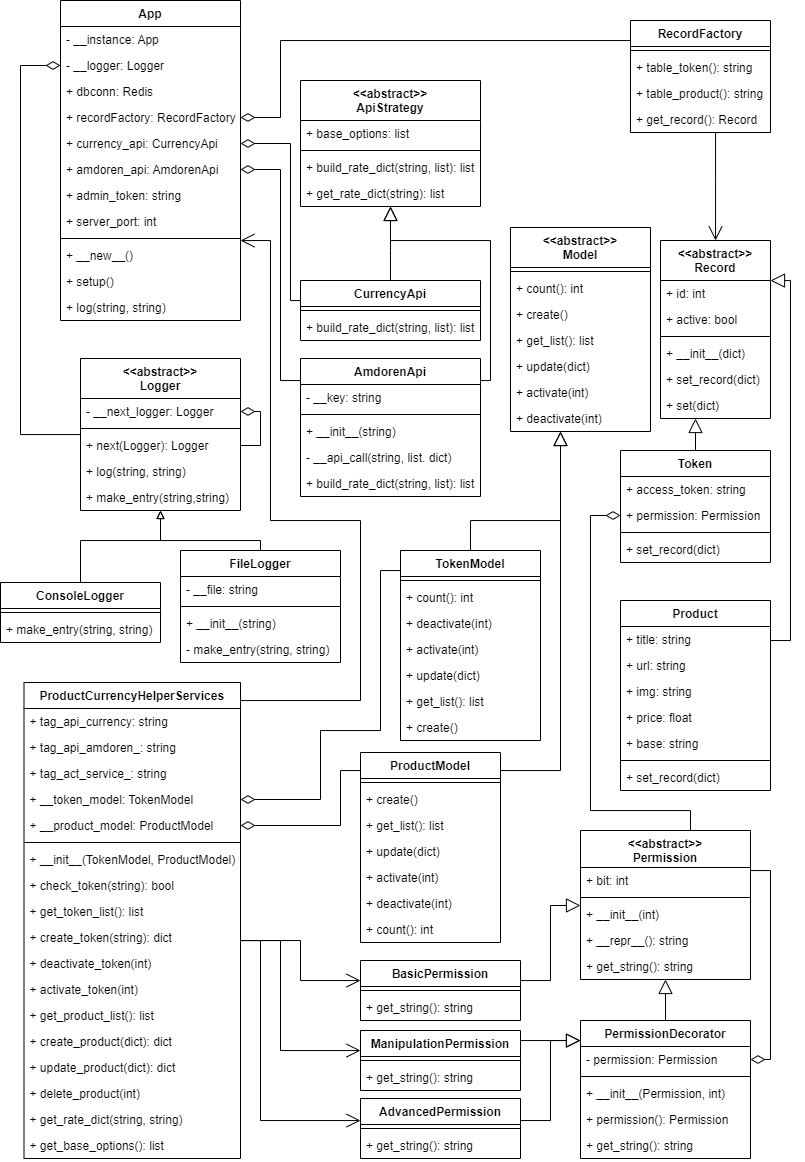
Before: $diagrams/classDiagram.png, a diagram exported from draw.io (jinyaoMa/product-currency-helper). Source tidied: cells renumbered, new cells last; positions are measured from the earlier drawing's top-left corner, leaving out a move shared by most shapes.
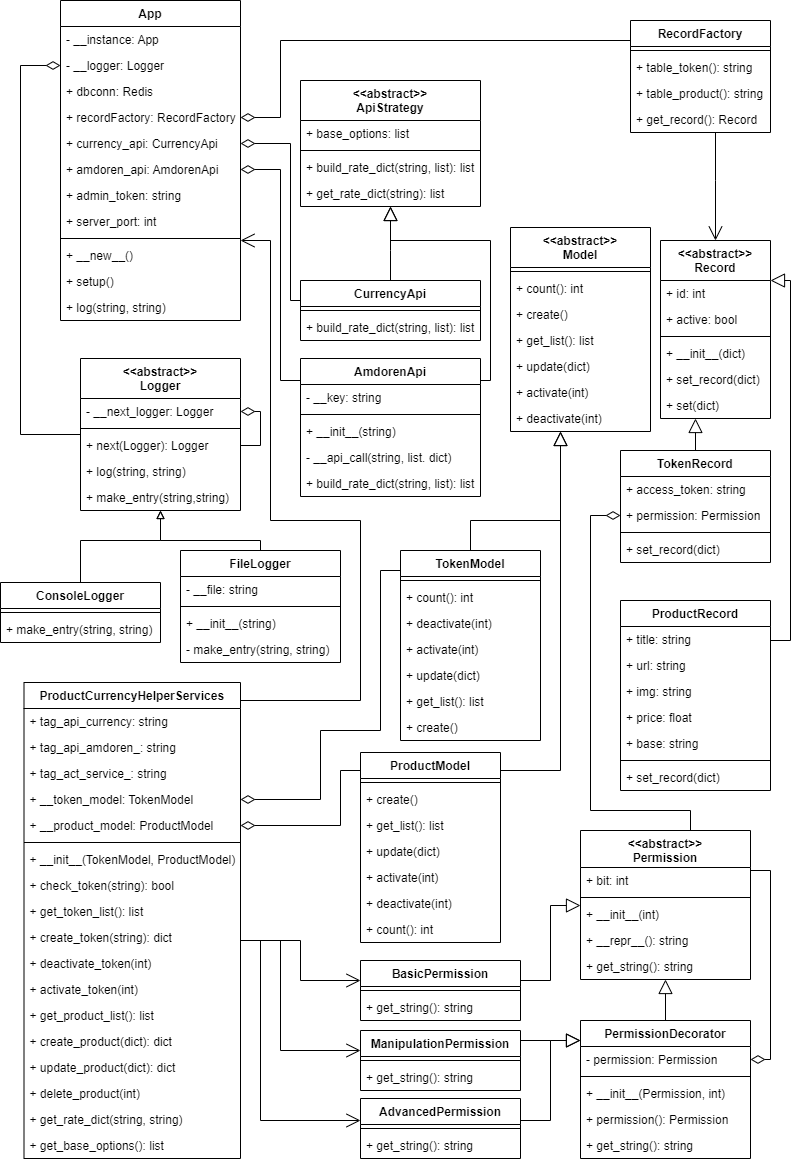
The same file after the commit.

The edit, as a diff of the source:
```diff
@@ -328,7 +328,7 @@
         </Array>
       </mxGeometry>
     </mxCell>
-    <mxCell id="85" value="Product" style="swimlane;fontStyle=1;align=center;verticalAlign=top;horizontal=1;startSize=26;" parent="1" vertex="1">
+    <mxCell id="85" value="ProductRecord" style="swimlane;fontStyle=1;align=center;verticalAlign=top;horizontal=1;startSize=26;" parent="1" vertex="1">
       <mxGeometry x="620" y="600" width="150" height="190" as="geometry" />
     </mxCell>
     <mxCell id="86" value="+ title: string" style="text;strokeColor=none;fillColor=none;align=left;verticalAlign=top;spacingLeft=4;spacingRight=4;overflow=hidden;" parent="85" vertex="1">
@@ -389,7 +389,7 @@
         </Array>
       </mxGeometry>
     </mxCell>
-    <mxCell id="102" value="Token" style="swimlane;fontStyle=1;align=center;verticalAlign=top;horizontal=1;startSize=26;" parent="1" vertex="1">
+    <mxCell id="102" value="TokenRecord" style="swimlane;fontStyle=1;align=center;verticalAlign=top;horizontal=1;startSize=26;" parent="1" vertex="1">
       <mxGeometry x="620" y="450" width="150" height="112" as="geometry" />
     </mxCell>
     <mxCell id="103" value="+ access_token: string" style="text;strokeColor=none;fillColor=none;align=left;verticalAlign=top;spacingLeft=4;spacingRight=4;overflow=hidden;" parent="102" vertex="1">
```
